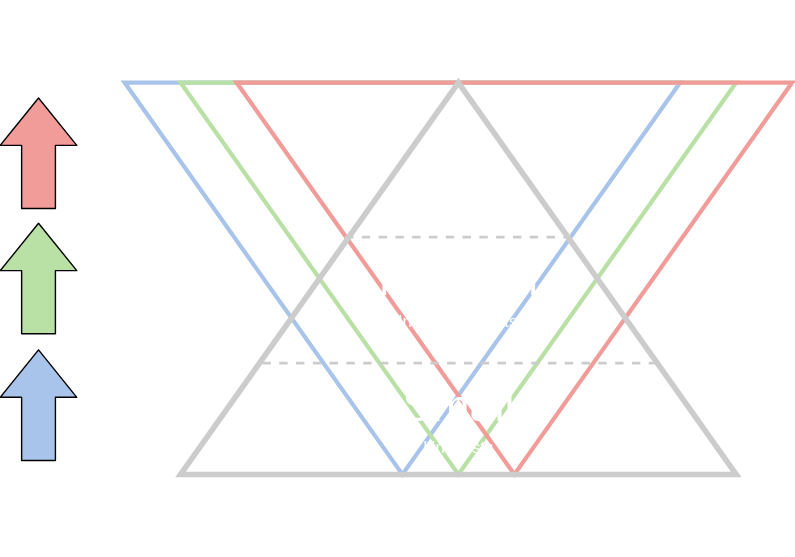
The draw.io diagram pyramid.svg in wKich/click-the-button, before a commit. Source tidied: cells renumbered, new cells last; positions are measured from the earlier drawing's top-left corner, leaving out a move shared by most shapes.
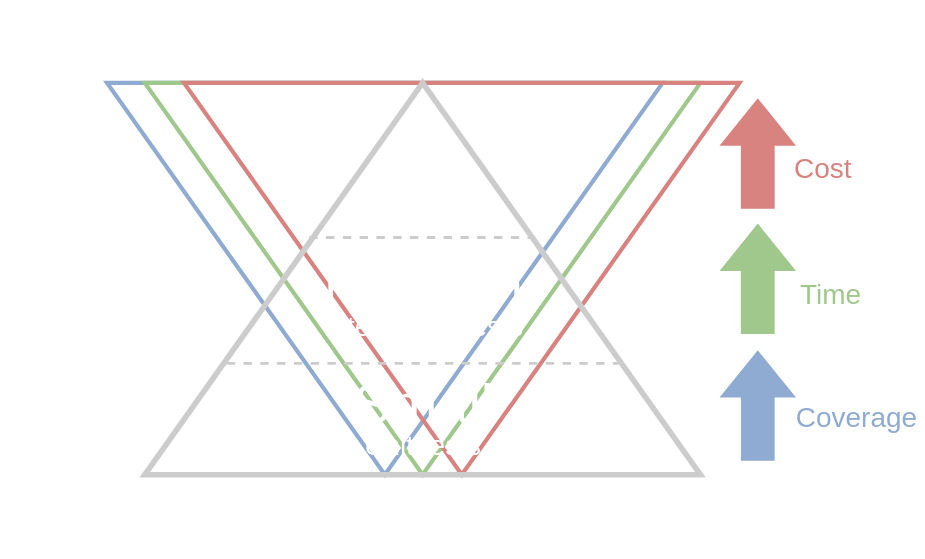
After the commit.

Commit message:
Add Notes. Update test pyramid

Diff of the diagram source:
```diff
@@ -5,92 +5,122 @@
     <mxCell id="2" style="group;" parent="1" vertex="1">
       <mxGeometry x="120" width="360" height="397" as="geometry" />
     </mxCell>
-    <mxCell id="3" style="triangle;whiteSpace=wrap;html=1;rotation=90;fillColor=none;comic=0;strokeColor=#A9C4EB;strokeWidth=3;perimeterSpacing=0;" parent="2" vertex="1">
-      <mxGeometry width="280" height="397" as="geometry" />
+    <mxCell id="3" style="triangle;whiteSpace=wrap;html=1;rotation=90;fillColor=none;comic=0;strokeColor=#90ABD2;strokeWidth=3;perimeterSpacing=0;" parent="2" vertex="1">
+      <mxGeometry x="-57" width="280" height="397" as="geometry" />
     </mxCell>
-    <mxCell id="4" style="triangle;whiteSpace=wrap;html=1;rotation=90;fillColor=none;comic=0;strokeColor=#B9E0A5;strokeWidth=3;perimeterSpacing=0;" parent="2" vertex="1">
-      <mxGeometry x="40" width="280" height="397" as="geometry" />
+    <mxCell id="4" style="triangle;whiteSpace=wrap;html=1;rotation=90;fillColor=none;comic=0;strokeColor=#A0C78C;strokeWidth=3;perimeterSpacing=0;" parent="2" vertex="1">
+      <mxGeometry x="-30" width="280" height="397" as="geometry" />
     </mxCell>
-    <mxCell id="5" style="triangle;whiteSpace=wrap;html=1;rotation=90;fillColor=none;comic=0;strokeColor=#F19C99;strokeWidth=3;perimeterSpacing=0;" parent="2" vertex="1">
-      <mxGeometry x="80" width="280" height="397" as="geometry" />
+    <mxCell id="5" style="triangle;whiteSpace=wrap;html=1;rotation=90;fillColor=none;comic=0;strokeColor=#D88380;strokeWidth=3;perimeterSpacing=0;" parent="2" vertex="1">
+      <mxGeometry x="-2" width="280" height="397" as="geometry" />
     </mxCell>
-    <mxCell id="6" style="group;" parent="1" vertex="1">
-      <mxGeometry x="160" width="280" height="397" as="geometry" />
-    </mxCell>
+    <mxCell id="25" style="group;" parent="1" vertex="1">
+      <mxGeometry x="-54.5" y="29" width="82" height="310" as="geometry" />
+    </mxCell>
+    <mxCell id="17" style="endArrow=classic;html=1;startArrow=oval;startFill=1;strokeColor=#FFFFFF;strokeWidth=3;" parent="25" edge="1">
+      <mxGeometry relative="1" as="geometry">
+        <mxPoint x="40" y="310" as="sourcePoint" />
+        <mxPoint x="40" y="30" as="targetPoint" />
+      </mxGeometry>
+    </mxCell>
+    <mxCell id="26" value="Size of test" style="text;html=1;strokeColor=none;fillColor=none;align=center;verticalAlign=middle;whiteSpace=wrap;rounded=0;fontColor=#FFFFFF;fontSize=20;" parent="25" vertex="1">
+      <mxGeometry x="-17" width="116" height="20" as="geometry" />
+    </mxCell>
+    <mxCell id="27" style="group;" parent="1" vertex="1">
+      <mxGeometry x="27.5" y="363" width="405" height="28" as="geometry" />
+    </mxCell>
+    <mxCell id="16" style="endArrow=classic;html=1;startArrow=classic;startFill=1;strokeColor=#FFFFFF;strokeWidth=3;" parent="27" edge="1">
+      <mxGeometry relative="1" as="geometry">
+        <mxPoint as="sourcePoint" />
+        <mxPoint x="405" as="targetPoint" />
+      </mxGeometry>
+    </mxCell>
+    <mxCell id="28" value="# Number of tests" style="text;html=1;strokeColor=none;fillColor=none;align=center;verticalAlign=middle;whiteSpace=wrap;rounded=0;fontColor=#FFFFFF;fontSize=20;" parent="27" vertex="1">
+      <mxGeometry x="118.5" y="6" width="168" height="20" as="geometry" />
+    </mxCell>
+    <mxCell id="29" style="group;" parent="1" vertex="1">
+      <mxGeometry x="90" width="280" height="397" as="geometry" />
+    </mxCell>
-    <mxCell id="7" style="triangle;whiteSpace=wrap;html=1;rotation=-90;fillColor=none;comic=0;strokeColor=#CCCCCC;strokeWidth=4;perimeterSpacing=0;" parent="6" vertex="1">
+    <mxCell id="7" style="triangle;whiteSpace=wrap;html=1;rotation=-90;fillColor=none;comic=0;strokeColor=#CCCCCC;strokeWidth=4;perimeterSpacing=0;" parent="29" vertex="1">
       <mxGeometry width="280" height="397" as="geometry" />
     </mxCell>
-    <mxCell id="8" style="endArrow=none;dashed=1;html=1;strokeWidth=2;strokeColor=#CCCCCC;" parent="6" edge="1">
+    <mxCell id="8" style="endArrow=none;dashed=1;html=1;strokeWidth=2;strokeColor=#CCCCCC;" parent="29" edge="1">
       <mxGeometry relative="1" as="geometry">
         <mxPoint y="259" as="sourcePoint" />
         <mxPoint x="280" y="259" as="targetPoint" />
       </mxGeometry>
     </mxCell>
-    <mxCell id="9" style="endArrow=none;dashed=1;html=1;strokeWidth=2;strokeColor=#CCCCCC;" parent="6" edge="1">
+    <mxCell id="9" style="endArrow=none;dashed=1;html=1;strokeWidth=2;strokeColor=#CCCCCC;" parent="29" edge="1">
       <mxGeometry relative="1" as="geometry">
         <mxPoint x="59" y="169" as="sourcePoint" />
         <mxPoint x="220.5" y="169" as="targetPoint" />
       </mxGeometry>
     </mxCell>
-    <mxCell id="10" style="group;" parent="6" vertex="1">
-      <mxGeometry x="80" y="179" width="120" height="60" as="geometry" />
+    <mxCell id="10" style="group;" parent="29" vertex="1">
+      <mxGeometry x="80" y="182" width="140" height="60" as="geometry" />
     </mxCell>
-    <mxCell id="11" value="Integration tests" style="text;html=1;strokeColor=none;fillColor=none;align=center;verticalAlign=middle;whiteSpace=wrap;rounded=0;comic=0;fontColor=#FFFFFF;" parent="10" vertex="1">
-      <mxGeometry y="40" width="120" height="20" as="geometry" />
+    <mxCell id="11" value="Integration tests" style="text;html=1;strokeColor=none;fillColor=none;align=center;verticalAlign=middle;whiteSpace=wrap;rounded=0;comic=0;fontColor=#FFFFFF;fontSize=20;" parent="10" vertex="1">
+      <mxGeometry x="-20" y="40" width="160" height="20" as="geometry" />
     </mxCell>
-    <mxCell id="12" value="Medium" style="text;html=1;strokeColor=none;fillColor=none;align=center;verticalAlign=middle;whiteSpace=wrap;rounded=0;comic=0;strokeWidth=1;fontSize=32;fontColor=#FFFFFF;" parent="10" vertex="1">
+    <mxCell id="12" value="Medium" style="text;html=1;strokeColor=none;fillColor=none;align=center;verticalAlign=middle;whiteSpace=wrap;rounded=0;comic=0;strokeWidth=1;fontSize=40;fontColor=#FFFFFF;" parent="10" vertex="1">
       <mxGeometry width="120" height="40" as="geometry" />
     </mxCell>
-    <mxCell id="13" style="group;" parent="6" vertex="1">
+    <mxCell id="13" style="group;" parent="29" vertex="1">
       <mxGeometry x="80" y="99" width="120" height="60" as="geometry" />
     </mxCell>
-    <mxCell id="14" value="E2E tests" style="text;html=1;strokeColor=none;fillColor=none;align=center;verticalAlign=middle;whiteSpace=wrap;rounded=0;comic=0;fontColor=#FFFFFF;" parent="13" vertex="1">
+    <mxCell id="14" value="E2E tests" style="text;html=1;strokeColor=none;fillColor=none;align=center;verticalAlign=middle;whiteSpace=wrap;rounded=0;comic=0;fontColor=#FFFFFF;fontSize=20;" parent="13" vertex="1">
       <mxGeometry y="40" width="120" height="20" as="geometry" />
     </mxCell>
-    <mxCell id="15" value="Big" style="text;html=1;strokeColor=none;fillColor=none;align=center;verticalAlign=middle;whiteSpace=wrap;rounded=0;comic=0;strokeWidth=1;fontSize=32;fontColor=#FFFFFF;" parent="13" vertex="1">
+    <mxCell id="15" value="Big" style="text;html=1;strokeColor=none;fillColor=none;align=center;verticalAlign=middle;whiteSpace=wrap;rounded=0;comic=0;strokeWidth=1;fontSize=40;fontColor=#FFFFFF;" parent="13" vertex="1">
       <mxGeometry width="120" height="40" as="geometry" />
     </mxCell>
-    <mxCell id="16" style="endArrow=classic;html=1;startArrow=oval;startFill=1;strokeColor=#FFFFFF;strokeWidth=3;" parent="1" edge="1">
-      <mxGeometry relative="1" as="geometry">
-        <mxPoint x="97.5" y="369" as="sourcePoint" />
-        <mxPoint x="502.5" y="369" as="targetPoint" />
-      </mxGeometry>
-    </mxCell>
-    <mxCell id="17" style="endArrow=classic;html=1;startArrow=oval;startFill=1;strokeColor=#FFFFFF;strokeWidth=3;" parent="1" edge="1">
-      <mxGeometry relative="1" as="geometry">
-        <mxPoint x="50" y="339" as="sourcePoint" />
-        <mxPoint x="50" y="59" as="targetPoint" />
-      </mxGeometry>
-    </mxCell>
-    <mxCell id="18" style="group;" parent="1" vertex="1">
-      <mxGeometry y="69" height="260" as="geometry" />
-    </mxCell>
-    <mxCell id="19" style="shape=flexArrow;endArrow=classic;html=1;fillColor=#A9C4EB;endWidth=29.560047562425684;endSize=10.965517241379311;width=24.137931034482758;" parent="18" edge="1">
-      <mxGeometry relative="1" as="geometry">
-        <mxPoint y="260" as="sourcePoint" />
-        <mxPoint y="180" as="targetPoint" />
-      </mxGeometry>
-    </mxCell>
-    <mxCell id="20" style="shape=flexArrow;endArrow=classic;html=1;fillColor=#B9E0A5;endWidth=29.560047562425684;endSize=10.965517241379311;width=24.137931034482758;" parent="18" edge="1">
-      <mxGeometry relative="1" as="geometry">
-        <mxPoint y="169.5" as="sourcePoint" />
-        <mxPoint y="89.5" as="targetPoint" />
-      </mxGeometry>
-    </mxCell>
-    <mxCell id="21" style="shape=flexArrow;endArrow=classic;html=1;fillColor=#F19C99;endWidth=29.560047562425684;endSize=10.965517241379311;width=24.137931034482758;" parent="18" edge="1">
-      <mxGeometry relative="1" as="geometry">
-        <mxPoint y="80" as="sourcePoint" />
-        <mxPoint as="targetPoint" />
-      </mxGeometry>
-    </mxCell>
-    <mxCell id="22" style="group;fontColor=#000000;" parent="1" vertex="1">
-      <mxGeometry x="240" y="269" width="120" height="60" as="geometry" />
+    <mxCell id="22" style="group;fontColor=#000000;" parent="29" vertex="1">
+      <mxGeometry x="80" y="267" width="120" height="60" as="geometry" />
     </mxCell>
-    <mxCell id="23" value="Unit tests" style="text;html=1;strokeColor=none;fillColor=none;align=center;verticalAlign=middle;whiteSpace=wrap;rounded=0;comic=0;fontColor=#FFFFFF;" parent="22" vertex="1">
-      <mxGeometry x="25" y="40" width="70" height="20" as="geometry" />
+    <mxCell id="23" value="Unit tests" style="text;html=1;strokeColor=none;fillColor=none;align=center;verticalAlign=middle;whiteSpace=wrap;rounded=0;comic=0;fontColor=#FFFFFF;fontSize=20;" parent="22" vertex="1">
+      <mxGeometry x="10" y="40" width="100" height="20" as="geometry" />
     </mxCell>
-    <mxCell id="24" value="Small" style="text;html=1;strokeColor=none;fillColor=none;align=center;verticalAlign=middle;whiteSpace=wrap;rounded=0;comic=0;strokeWidth=1;fontSize=32;fontColor=#FFFFFF;" parent="22" vertex="1">
+    <mxCell id="24" value="Small" style="text;html=1;strokeColor=none;fillColor=none;align=center;verticalAlign=middle;whiteSpace=wrap;rounded=0;comic=0;strokeWidth=1;fontSize=40;fontColor=#FFFFFF;" parent="22" vertex="1">
       <mxGeometry width="120" height="40" as="geometry" />
     </mxCell>
+    <mxCell id="30" style="group;" parent="1" vertex="1">
+      <mxGeometry x="469.5" y="69" width="119" height="260" as="geometry" />
+    </mxCell>
+    <mxCell id="31" style="group;" parent="30" vertex="1">
+      <mxGeometry y="180" width="119" height="80" as="geometry" />
+    </mxCell>
+    <mxCell id="19" style="shape=flexArrow;endArrow=classic;html=1;fillColor=#90ABD2;endWidth=29.560047562425684;endSize=10.965517241379311;width=24.137931034482758;strokeColor=none;" parent="31" edge="1">
+      <mxGeometry relative="1" as="geometry">
+        <mxPoint y="80" as="sourcePoint" />
+        <mxPoint as="targetPoint" />
+      </mxGeometry>
+    </mxCell>
+    <mxCell id="32" value="Coverage" style="text;html=1;strokeColor=none;fillColor=none;align=center;verticalAlign=middle;whiteSpace=wrap;rounded=0;fontColor=#90ABD2;fontSize=20;" parent="31" vertex="1">
+      <mxGeometry x="22" y="38" width="97" height="20" as="geometry" />
+    </mxCell>
+    <mxCell id="33" style="group;" parent="30" vertex="1">
+      <mxGeometry y="89.5" width="82" height="80" as="geometry" />
+    </mxCell>
+    <mxCell id="20" style="shape=flexArrow;endArrow=classic;html=1;fillColor=#A0C78C;endWidth=29.560047562425684;endSize=10.965517241379311;width=24.137931034482758;strokeColor=none;" parent="33" edge="1">
+      <mxGeometry relative="1" as="geometry">
+        <mxPoint y="80" as="sourcePoint" />
+        <mxPoint as="targetPoint" />
+      </mxGeometry>
+    </mxCell>
+    <mxCell id="34" value="Time&lt;br&gt;" style="text;html=1;strokeColor=none;fillColor=none;align=center;verticalAlign=middle;whiteSpace=wrap;rounded=0;fontColor=#A0C78C;fontSize=20;" parent="33" vertex="1">
+      <mxGeometry x="22" y="40.5" width="60" height="20" as="geometry" />
+    </mxCell>
+    <mxCell id="35" style="group;" parent="30" vertex="1">
+      <mxGeometry width="70" height="80" as="geometry" />
+    </mxCell>
+    <mxCell id="36" value="Cost&lt;br&gt;" style="text;html=1;strokeColor=none;fillColor=none;align=center;verticalAlign=middle;whiteSpace=wrap;rounded=0;fontColor=#D88380;fontSize=20;" parent="35" vertex="1">
+      <mxGeometry x="22" y="40" width="48" height="20" as="geometry" />
+    </mxCell>
+    <mxCell id="21" style="shape=flexArrow;endArrow=classic;html=1;fillColor=#D88380;endWidth=29.560047562425684;endSize=10.965517241379311;width=24.137931034482758;strokeColor=none;" parent="35" edge="1">
+      <mxGeometry relative="1" as="geometry">
+        <mxPoint y="80" as="sourcePoint" />
+        <mxPoint as="targetPoint" />
+      </mxGeometry>
+    </mxCell>
   </root>
 </mxGraphModel>
```
